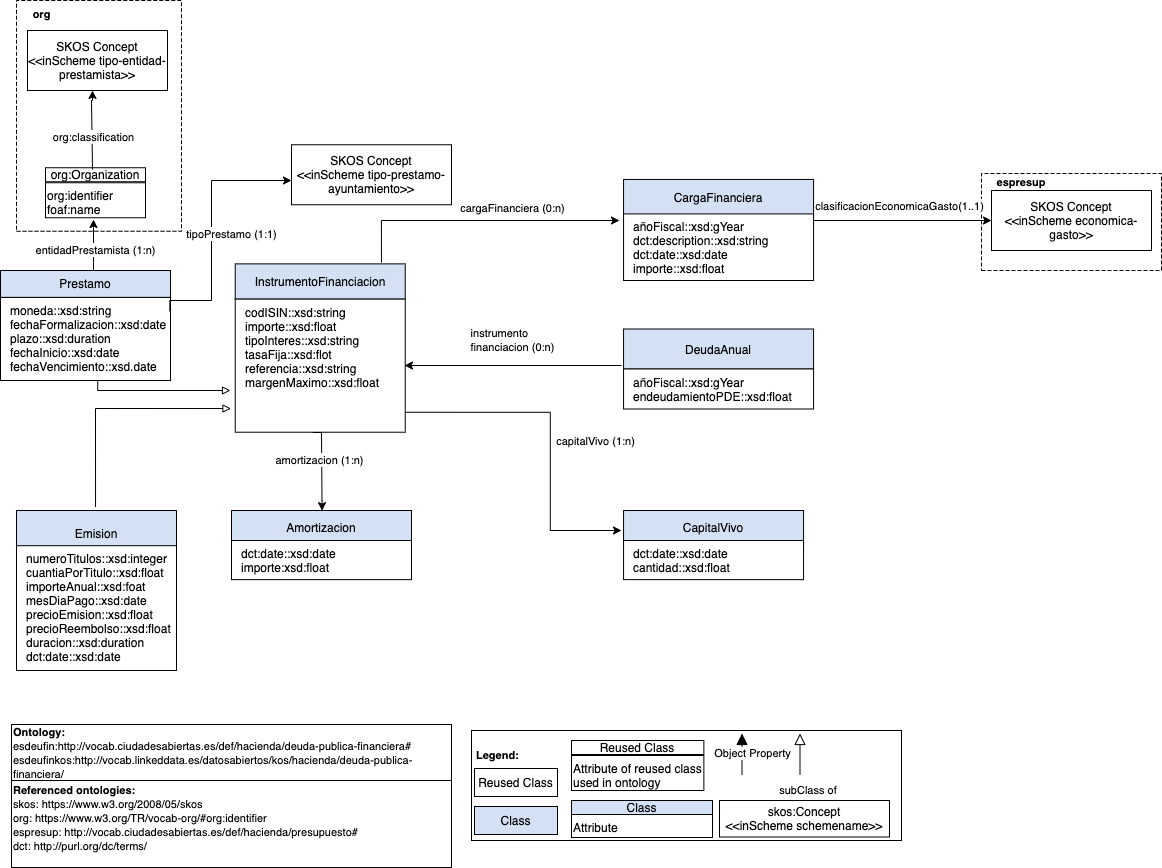
leticiarubalcabadg/vocab-economia-deuda-financiera keeps this draw.io diagram as OnToology/ontology/deudaPublicaFinanciera.owl/documentation/resources/images/modeloConceptual.png. Above is the earlier version. Source tidied: cells renumbered, new cells last; positions are measured from the earlier drawing's top-left corner, leaving out a move shared by most shapes.
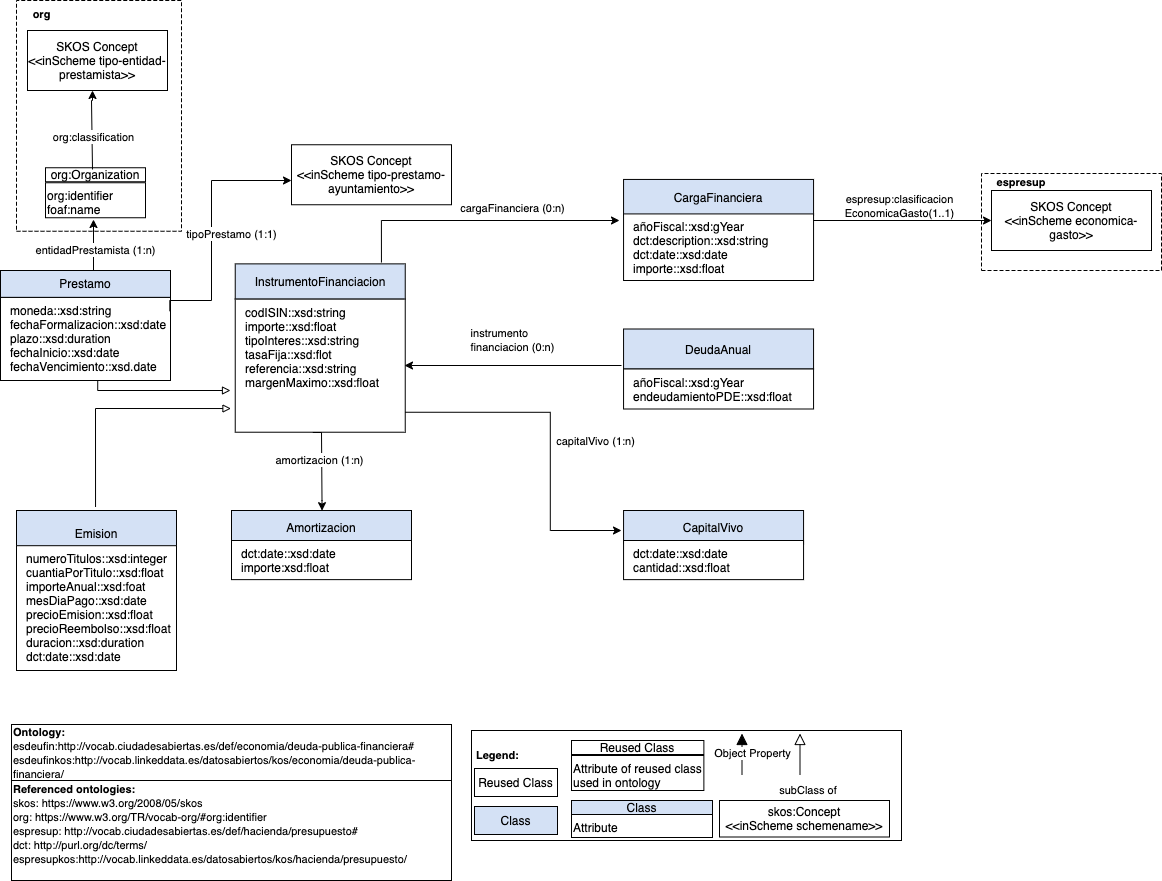
Later version of the same file.

The edit, as a diff of the source:
```diff
@@ -24,7 +24,7 @@
     <mxCell id="6" value="&lt;p style=&quot;margin: 0px 0px 0px 8px&quot;&gt;&lt;span&gt;añoFiscal::xsd:gYear&lt;/span&gt;&lt;/p&gt;&lt;p style=&quot;margin: 0px 0px 0px 8px&quot;&gt;&lt;span&gt;dct:description::xsd:string&lt;/span&gt;&lt;/p&gt;&lt;p style=&quot;margin: 0px 0px 0px 8px&quot;&gt;dct:date::xsd:date&lt;/p&gt;&lt;p style=&quot;margin: 0px 0px 0px 8px&quot;&gt;importe::xsd:float&lt;/p&gt;" style="verticalAlign=top;align=left;vsdxID=335;fillColor=#FFFFFF;gradientColor=none;shape=(stored shape, 160 characters);labelBackgroundColor=none;rounded=0;html=1;whiteSpace=wrap;" parent="4" vertex="1">
       <mxGeometry y="40.4" width="190" height="66.6" as="geometry" />
     </mxCell>
-    <mxCell id="7" value="&lt;p style=&quot;margin-left: 0 ; margin-right: 0 ; margin-top: 0px ; margin-bottom: 0px ; text-indent: 0 ; direction: ltr&quot;&gt;&lt;font style=&quot;font-size: 11px ; color: rgb(0 , 0 , 0) ; direction: ltr ; letter-spacing: 0px ; line-height: 120% ; opacity: 1&quot;&gt;&lt;b&gt;Ontology:&lt;br&gt;&lt;/b&gt;&lt;/font&gt;&lt;font style=&quot;font-size: 11px ; color: rgb(0 , 0 , 0) ; direction: ltr ; letter-spacing: 0px ; line-height: 120% ; opacity: 1&quot;&gt;   esdeufin:http://vocab.ciudadesabiertas.es/def/hacienda/deuda-publica-financiera#&lt;br&gt;&lt;/font&gt;&lt;/p&gt;&lt;p style=&quot;margin-left: 0 ; margin-right: 0 ; margin-top: 0px ; margin-bottom: 0px ; text-indent: 0 ; direction: ltr&quot;&gt;&lt;font style=&quot;font-size: 11px ; color: rgb(0 , 0 , 0) ; direction: ltr ; letter-spacing: 0px ; line-height: 120% ; opacity: 1&quot;&gt;esdeufinkos:http://vocab.linkeddata.es/datosabiertos/kos/hacienda/deuda-publica-financiera/&lt;/font&gt;&lt;/p&gt;" style="verticalAlign=middle;align=left;vsdxID=301;fillColor=#FFFFFF;gradientColor=none;shape=(stored shape, 160 characters);labelBackgroundColor=none;rounded=0;html=1;whiteSpace=wrap;" parent="1" vertex="1">
+    <mxCell id="7" value="&lt;p style=&quot;margin-left: 0 ; margin-right: 0 ; margin-top: 0px ; margin-bottom: 0px ; text-indent: 0 ; direction: ltr&quot;&gt;&lt;font style=&quot;font-size: 11px ; color: rgb(0 , 0 , 0) ; direction: ltr ; letter-spacing: 0px ; line-height: 120% ; opacity: 1&quot;&gt;&lt;b&gt;Ontology:&lt;br&gt;&lt;/b&gt;&lt;/font&gt;&lt;font style=&quot;font-size: 11px ; color: rgb(0 , 0 , 0) ; direction: ltr ; letter-spacing: 0px ; line-height: 120% ; opacity: 1&quot;&gt;   esdeufin:http://vocab.ciudadesabiertas.es/def/economia/deuda-publica-financiera#&lt;br&gt;&lt;/font&gt;&lt;/p&gt;&lt;p style=&quot;margin-left: 0 ; margin-right: 0 ; margin-top: 0px ; margin-bottom: 0px ; text-indent: 0 ; direction: ltr&quot;&gt;&lt;font style=&quot;font-size: 11px ; color: rgb(0 , 0 , 0) ; direction: ltr ; letter-spacing: 0px ; line-height: 120% ; opacity: 1&quot;&gt;esdeufinkos:http://vocab.linkeddata.es/datosabiertos/kos/economia/deuda-publica-financiera/&lt;/font&gt;&lt;/p&gt;" style="verticalAlign=middle;align=left;vsdxID=301;fillColor=#FFFFFF;gradientColor=none;shape=(stored shape, 160 characters);labelBackgroundColor=none;rounded=0;html=1;whiteSpace=wrap;" parent="1" vertex="1">
       <mxGeometry x="11" y="724" width="440" height="56" as="geometry" />
     </mxCell>
     <mxCell id="8" value="&lt;font style=&quot;font-size: 12px ; color: rgb(0 , 0 , 0) ; direction: ltr ; letter-spacing: 0px ; line-height: 120% ; opacity: 1&quot;&gt;Reused Class&lt;br&gt;&lt;/font&gt;" style="verticalAlign=middle;align=center;vsdxID=303;fillColor=#FFFFFF;gradientColor=none;shape=(stored shape, 160 characters);labelBackgroundColor=none;rounded=0;html=1;whiteSpace=wrap;" parent="1" vertex="1">
@@ -71,8 +71,8 @@
     <mxCell id="19" value="&lt;font style=&quot;font-size: 12px ; color: rgb(0 , 0 , 0) ; direction: ltr ; letter-spacing: 0px ; line-height: 120% ; opacity: 1&quot;&gt;skos:Concept&lt;br&gt;&amp;lt;&amp;lt;inScheme schemename&amp;gt;&amp;gt;&lt;br&gt;&lt;/font&gt;" style="verticalAlign=middle;align=center;vsdxID=303;fillColor=#FFFFFF;gradientColor=none;shape=(stored shape, 160 characters);labelBackgroundColor=none;rounded=0;html=1;whiteSpace=wrap;" parent="1" vertex="1">
       <mxGeometry x="719" y="800" width="170" height="36.5" as="geometry" />
     </mxCell>
-    <mxCell id="20" value="&lt;p style=&quot;margin-left: 0 ; margin-right: 0 ; margin-top: 0px ; margin-bottom: 0px ; text-indent: 0 ; direction: ltr&quot;&gt;&lt;font style=&quot;color: rgb(0 , 0 , 0) ; direction: ltr ; letter-spacing: 0px ; line-height: 120% ; opacity: 1 ; font-size: 11px&quot;&gt;&lt;b&gt;Referenced ontologies:&lt;/b&gt;&lt;/font&gt;&lt;font style=&quot;color: rgb(0 , 0 , 0) ; direction: ltr ; letter-spacing: 0px ; line-height: 120% ; opacity: 1 ; font-size: 11px&quot;&gt;&lt;br&gt;skos: https://www.w3.org/2008/05/skos&lt;br&gt;&lt;/font&gt;&lt;/p&gt;&lt;span style=&quot;font-size: 11px&quot;&gt;&lt;span style=&quot;background-color: rgb(255 , 255 , 255)&quot;&gt;org:&amp;nbsp;&lt;/span&gt;https://www.w3.org/TR/vocab-org/#org:identifier&lt;br&gt;espresup:&amp;nbsp;&lt;/span&gt;&lt;span style=&quot;font-size: 11px&quot;&gt;http://vocab.ciudadesabiertas.es/def/hacienda/presupuesto#&lt;br&gt;&lt;/span&gt;&lt;span style=&quot;font-size: 11px&quot;&gt;dct:&amp;nbsp;&lt;/span&gt;&lt;span style=&quot;font-size: 11px&quot;&gt;http://purl.org/dc/terms/&lt;/span&gt;&lt;p style=&quot;margin-left: 0 ; margin-right: 0 ; margin-top: 0px ; margin-bottom: 0px ; text-indent: 0 ; direction: ltr&quot;&gt;&lt;span style=&quot;color: rgba(0 , 0 , 0 , 0) ; font-family: monospace ; font-size: 0px&quot;&gt;3CmxGraphModel%3E%3Croot%3E%3CmxCell%20id%3D%220%22%2F%3E%3CmxCell%20id%3D%221%22%20parent%3D%220%22%2F%3E%3CmxCell%20id%3D%222%22%20value%3D%22%26lt%3Bspan%20style%3D%26quot%3Bfont-size%3A%2011px%26quot%3B%26gt%3Borg%3Aclassification%26lt%3B%2Fspan%26gt%3B%22%20style%3D%22text%3Bhtml%3D1%3Balign%3Dcenter%3BverticalAlign%3Dmiddle%3Bresizable%3D0%3Bpoints%3D%5B%5D%3BlabelBackgroundColor%3D%23ffffff%3B%22%20vertex%3D%221%22%20connectable%3D%220%22%20parent%3D%221%22%3E%3CmxGeometry%20x%3D%22-1078.9999999999998%22%20y%3D%22-704.03%22%20as%3D%22geometry%22%3E%3CmxPoint%20x%3D%22-1.000000000000007%22%20y%3D%22-0.5300000000000011%22%20as%3D%22offset%22%2F%3E%3C%2FmxGeometry%3E%3C%2FmxCell%3E%3C%2Froot%3E%3C%2FmxGraphModel%3E&lt;/span&gt;&lt;br&gt;&lt;/p&gt;" style="verticalAlign=middle;align=left;vsdxID=292;fillColor=#FFFFFF;gradientColor=none;shape=(stored shape, 160 characters);labelBackgroundColor=none;rounded=0;html=1;whiteSpace=wrap;" parent="1" vertex="1">
-      <mxGeometry x="11" y="780" width="440" height="87" as="geometry" />
+    <mxCell id="20" value="&lt;p style=&quot;margin-left: 0 ; margin-right: 0 ; margin-top: 0px ; margin-bottom: 0px ; text-indent: 0 ; direction: ltr&quot;&gt;&lt;font style=&quot;color: rgb(0 , 0 , 0) ; direction: ltr ; letter-spacing: 0px ; line-height: 120% ; opacity: 1 ; font-size: 11px&quot;&gt;&lt;b&gt;Referenced ontologies:&lt;/b&gt;&lt;/font&gt;&lt;font style=&quot;color: rgb(0 , 0 , 0) ; direction: ltr ; letter-spacing: 0px ; line-height: 120% ; opacity: 1 ; font-size: 11px&quot;&gt;&lt;br&gt;skos: https://www.w3.org/2008/05/skos&lt;br&gt;&lt;/font&gt;&lt;/p&gt;&lt;span style=&quot;font-size: 11px&quot;&gt;&lt;span style=&quot;background-color: rgb(255 , 255 , 255)&quot;&gt;org:&amp;nbsp;&lt;/span&gt;https://www.w3.org/TR/vocab-org/#org:identifier&lt;br&gt;espresup:&amp;nbsp;&lt;/span&gt;&lt;span style=&quot;font-size: 11px&quot;&gt;http://vocab.ciudadesabiertas.es/def/hacienda/presupuesto#&lt;br&gt;&lt;/span&gt;&lt;span style=&quot;font-size: 11px&quot;&gt;dct:&amp;nbsp;&lt;/span&gt;&lt;span style=&quot;font-size: 11px&quot;&gt;http://purl.org/dc/terms/&lt;br&gt;espresupkos:&lt;/span&gt;&lt;span style=&quot;font-size: 11px&quot;&gt;http://vocab.linkeddata.es/datosabiertos/kos/hacienda/presupuesto/&lt;/span&gt;&lt;span style=&quot;font-size: 11px&quot;&gt;&lt;br&gt;&lt;/span&gt;&lt;p style=&quot;margin-left: 0 ; margin-right: 0 ; margin-top: 0px ; margin-bottom: 0px ; text-indent: 0 ; direction: ltr&quot;&gt;&lt;span style=&quot;color: rgba(0 , 0 , 0 , 0) ; font-family: monospace ; font-size: 0px&quot;&gt;3CmxGraphModel%3E%3Croot%3E%3CmxCell%20id%3D%220%22%2F%3E%3CmxCell%20id%3D%221%22%20parent%3D%220%22%2F%3E%3CmxCell%20id%3D%222%22%20value%3D%22%26lt%3Bspan%20style%3D%26quot%3Bfont-size%3A%2011px%26quot%3B%26gt%3Borg%3Aclassification%26lt%3B%2Fspan%26gt%3B%22%20style%3D%22text%3Bhtml%3D1%3Balign%3Dcenter%3BverticalAlign%3Dmiddle%3Bresizable%3D0%3Bpoints%3D%5B%5D%3BlabelBackgroundColor%3D%23ffffff%3B%22%20vertex%3D%221%22%20connectable%3D%220%22%20parent%3D%221%22%3E%3CmxGeometry%20x%3D%22-1078.9999999999998%22%20y%3D%22-704.03%22%20as%3D%22geometry%22%3E%3CmxPoint%20x%3D%22-1.000000000000007%22%20y%3D%22-0.5300000000000011%22%20as%3D%22offset%22%2F%3E%3C%2FmxGeometry%3E%3C%2FmxCell%3E%3C%2Froot%3E%3C%2FmxGraphModel%3E&lt;/span&gt;&lt;br&gt;&lt;/p&gt;" style="verticalAlign=middle;align=left;vsdxID=292;fillColor=#FFFFFF;gradientColor=none;shape=(stored shape, 160 characters);labelBackgroundColor=none;rounded=0;html=1;whiteSpace=wrap;" parent="1" vertex="1">
+      <mxGeometry x="11" y="780" width="440" height="100" as="geometry" />
     </mxCell>
     <mxCell id="21" value="&lt;font style=&quot;font-size: 11px ; color: rgb(0 , 0 , 0) ; direction: ltr ; letter-spacing: 0px ; line-height: 120% ; opacity: 1&quot;&gt;&lt;b&gt;espresup&lt;br&gt;&lt;/b&gt;&lt;/font&gt;" style="verticalAlign=middle;align=center;vsdxID=511;fillColor=none;gradientColor=none;shape=(stored shape, 160 characters);strokeColor=none;labelBackgroundColor=none;rounded=0;html=1;whiteSpace=wrap;" parent="1" vertex="1">
       <mxGeometry x="981" y="167.2" width="80" height="28" as="geometry" />
@@ -261,7 +261,7 @@
         </Array>
       </mxGeometry>
     </mxCell>
-    <mxCell id="63" value="&lt;span style=&quot;font-size: 11px&quot;&gt;clasificacionEconomicaGasto(1..1)&lt;br&gt;&lt;/span&gt;" style="text;html=1;align=center;verticalAlign=middle;labelBackgroundColor=#ffffff;" parent="62" vertex="1">
+    <mxCell id="63" value="&lt;span style=&quot;font-size: 11px&quot;&gt;espresup:clasificacion&lt;br&gt;EconomicaGasto(1..1)&lt;br&gt;&lt;/span&gt;" style="text;html=1;align=center;verticalAlign=middle;labelBackgroundColor=#ffffff;" parent="62" vertex="1">
       <mxGeometry x="0.17" y="2" relative="1" as="geometry">
         <mxPoint x="11" y="-17.8" as="offset" />
       </mxGeometry>
```
